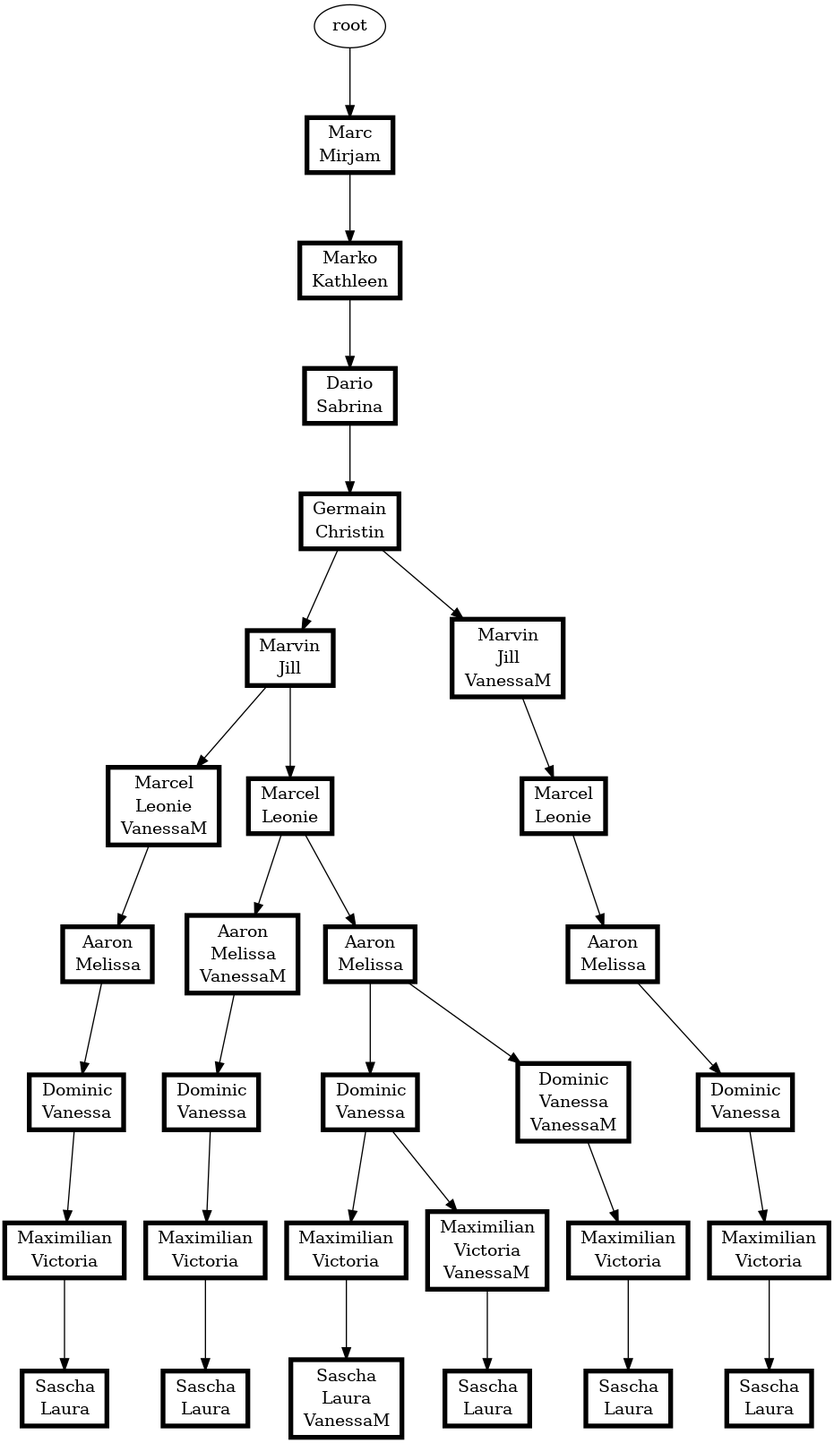
atticus-sullivan/sim-ayto keeps this Graphviz diagram as s02/s02.png. Above is the earlier version. Its source is kept beside it as s02/s02.dot.
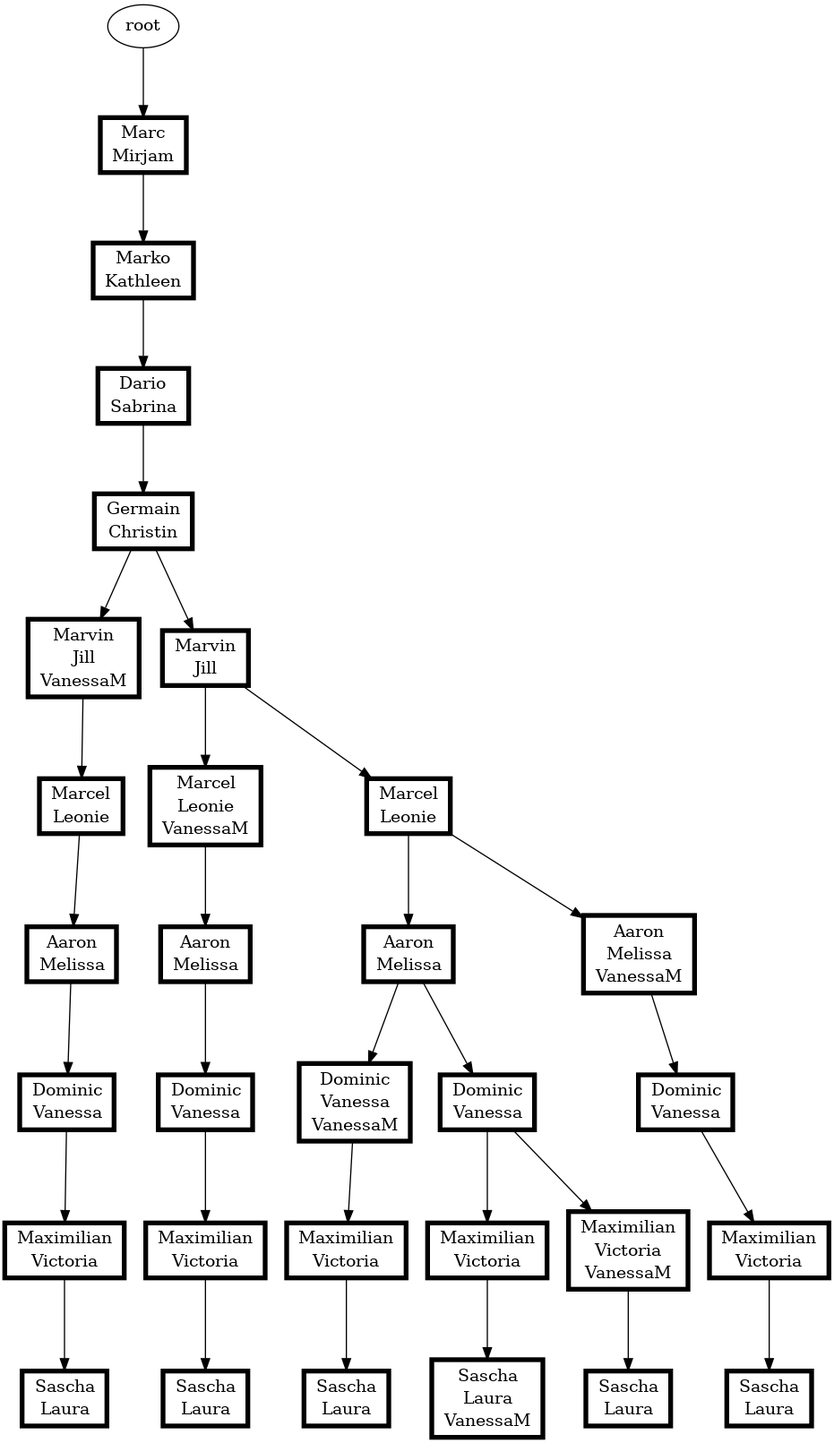
The same diagram one commit later.

What changed in the source:
```diff
@@ -1,63 +1,63 @@
 digraph D {
 ranksep=0.8;
+{"root|5|7|7|3|2|8|4|1|8|2,11|6|5"[shape="record" penwidth=4.0 color="black" label=<<table border="0" cellborder="0" cellspacing="0"><tr><td>Marcel</td></tr><tr><td>Leonie</td></tr></table>>]}
+"root|5|7|7|3|2|8|4|1|8|2,11" -> {"root|5|7|7|3|2|8|4|1|8|2,11|6|5"}
 {"root|5|7|7|3|2|8"[shape="record" penwidth=4.0 color="black" label=<<table border="0" cellborder="0" cellspacing="0"><tr><td>Dario</td></tr><tr><td>Sabrina</td></tr></table>>]}
 "root|5|7|7|3" -> {"root|5|7|7|3|2|8"}
+{"root|5|7|7|3|2|8|4|1|8|2|6|5,11|1|6"[shape="record" penwidth=4.0 color="black" label=<<table border="0" cellborder="0" cellspacing="0"><tr><td>Aaron</td></tr><tr><td>Melissa</td></tr></table>>]}
+"root|5|7|7|3|2|8|4|1|8|2|6|5,11" -> {"root|5|7|7|3|2|8|4|1|8|2|6|5,11|1|6"}
+{"root|5|7|7|3|2|8|4|1|8|2|6|5|1|6|3|9,11|9|10"[shape="record" penwidth=4.0 color="black" label=<<table border="0" cellborder="0" cellspacing="0"><tr><td>Maximilian</td></tr><tr><td>Victoria</td></tr></table>>]}
+"root|5|7|7|3|2|8|4|1|8|2|6|5|1|6|3|9,11" -> {"root|5|7|7|3|2|8|4|1|8|2|6|5|1|6|3|9,11|9|10"}
+{"root|5|7|7|3|2|8|4|1|8|2|6|5|1|6|3|9|9|10"[shape="record" penwidth=4.0 color="black" label=<<table border="0" cellborder="0" cellspacing="0"><tr><td>Maximilian</td></tr><tr><td>Victoria</td></tr></table>>]}
+"root|5|7|7|3|2|8|4|1|8|2|6|5|1|6|3|9" -> {"root|5|7|7|3|2|8|4|1|8|2|6|5|1|6|3|9|9|10"}
+{"root|5|7|7|3|2|8|4|1|8|2,11"[shape="record" penwidth=4.0 color="black" label=<<table border="0" cellborder="0" cellspacing="0"><tr><td>Marvin</td></tr><tr><td>Jill</td></tr><tr><td>VanessaM</td></tr></table>>]}
+"root|5|7|7|3|2|8|4|1" -> {"root|5|7|7|3|2|8|4|1|8|2,11"}
+{"root|5|7|7|3|2|8|4|1"[shape="record" penwidth=4.0 color="black" label=<<table border="0" cellborder="0" cellspacing="0"><tr><td>Germain</td></tr><tr><td>Christin</td></tr></table>>]}
+"root|5|7|7|3|2|8" -> {"root|5|7|7|3|2|8|4|1"}
+{"root|5|7|7|3|2|8|4|1|8|2|6|5,11|1|6|3|9"[shape="record" penwidth=4.0 color="black" label=<<table border="0" cellborder="0" cellspacing="0"><tr><td>Dominic</td></tr><tr><td>Vanessa</td></tr></table>>]}
+"root|5|7|7|3|2|8|4|1|8|2|6|5,11|1|6" -> {"root|5|7|7|3|2|8|4|1|8|2|6|5,11|1|6|3|9"}
+{"root|5|7|7|3|2|8|4|1|8|2|6|5|1|6|3|9|9|10,11|10|4"[shape="record" penwidth=4.0 color="black" label=<<table border="0" cellborder="0" cellspacing="0"><tr><td>Sascha</td></tr><tr><td>Laura</td></tr></table>>]}
+"root|5|7|7|3|2|8|4|1|8|2|6|5|1|6|3|9|9|10,11" -> {"root|5|7|7|3|2|8|4|1|8|2|6|5|1|6|3|9|9|10,11|10|4"}
+{"root|5|7|7|3|2|8|4|1|8|2|6|5|1|6|3|9,11"[shape="record" penwidth=4.0 color="black" label=<<table border="0" cellborder="0" cellspacing="0"><tr><td>Dominic</td></tr><tr><td>Vanessa</td></tr><tr><td>VanessaM</td></tr></table>>]}
+"root|5|7|7|3|2|8|4|1|8|2|6|5|1|6" -> {"root|5|7|7|3|2|8|4|1|8|2|6|5|1|6|3|9,11"}
+{"root|5|7|7|3|2|8|4|1|8|2|6|5|1|6|3|9"[shape="record" penwidth=4.0 color="black" label=<<table border="0" cellborder="0" cellspacing="0"><tr><td>Dominic</td></tr><tr><td>Vanessa</td></tr></table>>]}
+"root|5|7|7|3|2|8|4|1|8|2|6|5|1|6" -> {"root|5|7|7|3|2|8|4|1|8|2|6|5|1|6|3|9"}
+{"root|5|7"[shape="record" penwidth=4.0 color="black" label=<<table border="0" cellborder="0" cellspacing="0"><tr><td>Marc</td></tr><tr><td>Mirjam</td></tr></table>>]}
+"root" -> {"root|5|7"}
+{"root|5|7|7|3|2|8|4|1|8|2,11|6|5|1|6|3|9"[shape="record" penwidth=4.0 color="black" label=<<table border="0" cellborder="0" cellspacing="0"><tr><td>Dominic</td></tr><tr><td>Vanessa</td></tr></table>>]}
+"root|5|7|7|3|2|8|4|1|8|2,11|6|5|1|6" -> {"root|5|7|7|3|2|8|4|1|8|2,11|6|5|1|6|3|9"}
+{"root|5|7|7|3|2|8|4|1|8|2|6|5,11|1|6|3|9|9|10"[shape="record" penwidth=4.0 color="black" label=<<table border="0" cellborder="0" cellspacing="0"><tr><td>Maximilian</td></tr><tr><td>Victoria</td></tr></table>>]}
+"root|5|7|7|3|2|8|4|1|8|2|6|5,11|1|6|3|9" -> {"root|5|7|7|3|2|8|4|1|8|2|6|5,11|1|6|3|9|9|10"}
+{"root|5|7|7|3|2|8|4|1|8|2,11|6|5|1|6|3|9|9|10"[shape="record" penwidth=4.0 color="black" label=<<table border="0" cellborder="0" cellspacing="0"><tr><td>Maximilian</td></tr><tr><td>Victoria</td></tr></table>>]}
+"root|5|7|7|3|2|8|4|1|8|2,11|6|5|1|6|3|9" -> {"root|5|7|7|3|2|8|4|1|8|2,11|6|5|1|6|3|9|9|10"}
+{"root|5|7|7|3"[shape="record" penwidth=4.0 color="black" label=<<table border="0" cellborder="0" cellspacing="0"><tr><td>Marko</td></tr><tr><td>Kathleen</td></tr></table>>]}
+"root|5|7" -> {"root|5|7|7|3"}
+{"root|5|7|7|3|2|8|4|1|8|2,11|6|5|1|6"[shape="record" penwidth=4.0 color="black" label=<<table border="0" cellborder="0" cellspacing="0"><tr><td>Aaron</td></tr><tr><td>Melissa</td></tr></table>>]}
+"root|5|7|7|3|2|8|4|1|8|2,11|6|5" -> {"root|5|7|7|3|2|8|4|1|8|2,11|6|5|1|6"}
 {"root|5|7|7|3|2|8|4|1|8|2|6|5,11"[shape="record" penwidth=4.0 color="black" label=<<table border="0" cellborder="0" cellspacing="0"><tr><td>Marcel</td></tr><tr><td>Leonie</td></tr><tr><td>VanessaM</td></tr></table>>]}
 "root|5|7|7|3|2|8|4|1|8|2" -> {"root|5|7|7|3|2|8|4|1|8|2|6|5,11"}
+{"root|5|7|7|3|2|8|4|1|8|2|6|5,11|1|6|3|9|9|10|10|4"[shape="record" penwidth=4.0 color="black" label=<<table border="0" cellborder="0" cellspacing="0"><tr><td>Sascha</td></tr><tr><td>Laura</td></tr></table>>]}
+"root|5|7|7|3|2|8|4|1|8|2|6|5,11|1|6|3|9|9|10" -> {"root|5|7|7|3|2|8|4|1|8|2|6|5,11|1|6|3|9|9|10|10|4"}
 {"root|5|7|7|3|2|8|4|1|8|2|6|5|1|6,11"[shape="record" penwidth=4.0 color="black" label=<<table border="0" cellborder="0" cellspacing="0"><tr><td>Aaron</td></tr><tr><td>Melissa</td></tr><tr><td>VanessaM</td></tr></table>>]}
 "root|5|7|7|3|2|8|4|1|8|2|6|5" -> {"root|5|7|7|3|2|8|4|1|8|2|6|5|1|6,11"}
-{"root|5|7|7|3|2|8|4|1|8|2,11|6|5|1|6"[shape="record" penwidth=4.0 color="black" label=<<table border="0" cellborder="0" cellspacing="0"><tr><td>Aaron</td></tr><tr><td>Melissa</td></tr></table>>]}
-"root|5|7|7|3|2|8|4|1|8|2,11|6|5" -> {"root|5|7|7|3|2|8|4|1|8|2,11|6|5|1|6"}
-{"root|5|7|7|3|2|8|4|1|8|2|6|5|1|6,11|3|9|9|10|10|4"[shape="record" penwidth=4.0 color="black" label=<<table border="0" cellborder="0" cellspacing="0"><tr><td>Sascha</td></tr><tr><td>Laura</td></tr></table>>]}
-"root|5|7|7|3|2|8|4|1|8|2|6|5|1|6,11|3|9|9|10" -> {"root|5|7|7|3|2|8|4|1|8|2|6|5|1|6,11|3|9|9|10|10|4"}
-{"root|5|7"[shape="record" penwidth=4.0 color="black" label=<<table border="0" cellborder="0" cellspacing="0"><tr><td>Marc</td></tr><tr><td>Mirjam</td></tr></table>>]}
-"root" -> {"root|5|7"}
-{"root|5|7|7|3|2|8|4|1|8|2|6|5|1|6|3|9|9|10|10|4,11"[shape="record" penwidth=4.0 color="black" label=<<table border="0" cellborder="0" cellspacing="0"><tr><td>Sascha</td></tr><tr><td>Laura</td></tr><tr><td>VanessaM</td></tr></table>>]}
-"root|5|7|7|3|2|8|4|1|8|2|6|5|1|6|3|9|9|10" -> {"root|5|7|7|3|2|8|4|1|8|2|6|5|1|6|3|9|9|10|10|4,11"}
-{"root|5|7|7|3|2|8|4|1|8|2|6|5|1|6|3|9|9|10,11|10|4"[shape="record" penwidth=4.0 color="black" label=<<table border="0" cellborder="0" cellspacing="0"><tr><td>Sascha</td></tr><tr><td>Laura</td></tr></table>>]}
-"root|5|7|7|3|2|8|4|1|8|2|6|5|1|6|3|9|9|10,11" -> {"root|5|7|7|3|2|8|4|1|8|2|6|5|1|6|3|9|9|10,11|10|4"}
-{"root|5|7|7|3|2|8|4|1|8|2|6|5,11|1|6|3|9|9|10"[shape="record" penwidth=4.0 color="black" label=<<table border="0" cellborder="0" cellspacing="0"><tr><td>Maximilian</td></tr><tr><td>Victoria</td></tr></table>>]}
-"root|5|7|7|3|2|8|4|1|8|2|6|5,11|1|6|3|9" -> {"root|5|7|7|3|2|8|4|1|8|2|6|5,11|1|6|3|9|9|10"}
-{"root|5|7|7|3|2|8|4|1|8|2|6|5,11|1|6"[shape="record" penwidth=4.0 color="black" label=<<table border="0" cellborder="0" cellspacing="0"><tr><td>Aaron</td></tr><tr><td>Melissa</td></tr></table>>]}
-"root|5|7|7|3|2|8|4|1|8|2|6|5,11" -> {"root|5|7|7|3|2|8|4|1|8|2|6|5,11|1|6"}
-{"root|5|7|7|3|2|8|4|1|8|2,11|6|5|1|6|3|9|9|10"[shape="record" penwidth=4.0 color="black" label=<<table border="0" cellborder="0" cellspacing="0"><tr><td>Maximilian</td></tr><tr><td>Victoria</td></tr></table>>]}
-"root|5|7|7|3|2|8|4|1|8|2,11|6|5|1|6|3|9" -> {"root|5|7|7|3|2|8|4|1|8|2,11|6|5|1|6|3|9|9|10"}
-{"root|5|7|7|3|2|8|4|1|8|2|6|5|1|6|3|9|9|10"[shape="record" penwidth=4.0 color="black" label=<<table border="0" cellborder="0" cellspacing="0"><tr><td>Maximilian</td></tr><tr><td>Victoria</td></tr></table>>]}
-"root|5|7|7|3|2|8|4|1|8|2|6|5|1|6|3|9" -> {"root|5|7|7|3|2|8|4|1|8|2|6|5|1|6|3|9|9|10"}
-{"root|5|7|7|3|2|8|4|1|8|2|6|5|1|6|3|9|9|10,11"[shape="record" penwidth=4.0 color="black" label=<<table border="0" cellborder="0" cellspacing="0"><tr><td>Maximilian</td></tr><tr><td>Victoria</td></tr><tr><td>VanessaM</td></tr></table>>]}
-"root|5|7|7|3|2|8|4|1|8|2|6|5|1|6|3|9" -> {"root|5|7|7|3|2|8|4|1|8|2|6|5|1|6|3|9|9|10,11"}
-{"root|5|7|7|3|2|8|4|1|8|2|6|5|1|6|3|9"[shape="record" penwidth=4.0 color="black" label=<<table border="0" cellborder="0" cellspacing="0"><tr><td>Dominic</td></tr><tr><td>Vanessa</td></tr></table>>]}
-"root|5|7|7|3|2|8|4|1|8|2|6|5|1|6" -> {"root|5|7|7|3|2|8|4|1|8|2|6|5|1|6|3|9"}
+{"root|5|7|7|3|2|8|4|1|8|2|6|5"[shape="record" penwidth=4.0 color="black" label=<<table border="0" cellborder="0" cellspacing="0"><tr><td>Marcel</td></tr><tr><td>Leonie</td></tr></table>>]}
+"root|5|7|7|3|2|8|4|1|8|2" -> {"root|5|7|7|3|2|8|4|1|8|2|6|5"}
 {"root|5|7|7|3|2|8|4|1|8|2,11|6|5|1|6|3|9|9|10|10|4"[shape="record" penwidth=4.0 color="black" label=<<table border="0" cellborder="0" cellspacing="0"><tr><td>Sascha</td></tr><tr><td>Laura</td></tr></table>>]}
 "root|5|7|7|3|2|8|4|1|8|2,11|6|5|1|6|3|9|9|10" -> {"root|5|7|7|3|2|8|4|1|8|2,11|6|5|1|6|3|9|9|10|10|4"}
-{"root|5|7|7|3|2|8|4|1"[shape="record" penwidth=4.0 color="black" label=<<table border="0" cellborder="0" cellspacing="0"><tr><td>Germain</td></tr><tr><td>Christin</td></tr></table>>]}
-"root|5|7|7|3|2|8" -> {"root|5|7|7|3|2|8|4|1"}
-{"root|5|7|7|3"[shape="record" penwidth=4.0 color="black" label=<<table border="0" cellborder="0" cellspacing="0"><tr><td>Marko</td></tr><tr><td>Kathleen</td></tr></table>>]}
-"root|5|7" -> {"root|5|7|7|3"}
-{"root|5|7|7|3|2|8|4|1|8|2,11|6|5|1|6|3|9"[shape="record" penwidth=4.0 color="black" label=<<table border="0" cellborder="0" cellspacing="0"><tr><td>Dominic</td></tr><tr><td>Vanessa</td></tr></table>>]}
-"root|5|7|7|3|2|8|4|1|8|2,11|6|5|1|6" -> {"root|5|7|7|3|2|8|4|1|8|2,11|6|5|1|6|3|9"}
-{"root|5|7|7|3|2|8|4|1|8|2,11|6|5"[shape="record" penwidth=4.0 color="black" label=<<table border="0" cellborder="0" cellspacing="0"><tr><td>Marcel</td></tr><tr><td>Leonie</td></tr></table>>]}
-"root|5|7|7|3|2|8|4|1|8|2,11" -> {"root|5|7|7|3|2|8|4|1|8|2,11|6|5"}
-{"root|5|7|7|3|2|8|4|1|8|2,11"[shape="record" penwidth=4.0 color="black" label=<<table border="0" cellborder="0" cellspacing="0"><tr><td>Marvin</td></tr><tr><td>Jill</td></tr><tr><td>VanessaM</td></tr></table>>]}
-"root|5|7|7|3|2|8|4|1" -> {"root|5|7|7|3|2|8|4|1|8|2,11"}
-{"root|5|7|7|3|2|8|4|1|8|2|6|5|1|6|3|9,11|9|10|10|4"[shape="record" penwidth=4.0 color="black" label=<<table border="0" cellborder="0" cellspacing="0"><tr><td>Sascha</td></tr><tr><td>Laura</td></tr></table>>]}
-"root|5|7|7|3|2|8|4|1|8|2|6|5|1|6|3|9,11|9|10" -> {"root|5|7|7|3|2|8|4|1|8|2|6|5|1|6|3|9,11|9|10|10|4"}
-{"root|5|7|7|3|2|8|4|1|8|2|6|5"[shape="record" penwidth=4.0 color="black" label=<<table border="0" cellborder="0" cellspacing="0"><tr><td>Marcel</td></tr><tr><td>Leonie</td></tr></table>>]}
-"root|5|7|7|3|2|8|4|1|8|2" -> {"root|5|7|7|3|2|8|4|1|8|2|6|5"}
-{"root|5|7|7|3|2|8|4|1|8|2|6|5|1|6,11|3|9|9|10"[shape="record" penwidth=4.0 color="black" label=<<table border="0" cellborder="0" cellspacing="0"><tr><td>Maximilian</td></tr><tr><td>Victoria</td></tr></table>>]}
-"root|5|7|7|3|2|8|4|1|8|2|6|5|1|6,11|3|9" -> {"root|5|7|7|3|2|8|4|1|8|2|6|5|1|6,11|3|9|9|10"}
-{"root|5|7|7|3|2|8|4|1|8|2|6|5|1|6|3|9,11|9|10"[shape="record" penwidth=4.0 color="black" label=<<table border="0" cellborder="0" cellspacing="0"><tr><td>Maximilian</td></tr><tr><td>Victoria</td></tr></table>>]}
-"root|5|7|7|3|2|8|4|1|8|2|6|5|1|6|3|9,11" -> {"root|5|7|7|3|2|8|4|1|8|2|6|5|1|6|3|9,11|9|10"}
-{"root|5|7|7|3|2|8|4|1|8|2|6|5|1|6|3|9,11"[shape="record" penwidth=4.0 color="black" label=<<table border="0" cellborder="0" cellspacing="0"><tr><td>Dominic</td></tr><tr><td>Vanessa</td></tr><tr><td>VanessaM</td></tr></table>>]}
-"root|5|7|7|3|2|8|4|1|8|2|6|5|1|6" -> {"root|5|7|7|3|2|8|4|1|8|2|6|5|1|6|3|9,11"}
+{"root|5|7|7|3|2|8|4|1|8|2|6|5|1|6"[shape="record" penwidth=4.0 color="black" label=<<table border="0" cellborder="0" cellspacing="0"><tr><td>Aaron</td></tr><tr><td>Melissa</td></tr></table>>]}
+"root|5|7|7|3|2|8|4|1|8|2|6|5" -> {"root|5|7|7|3|2|8|4|1|8|2|6|5|1|6"}
 {"root|5|7|7|3|2|8|4|1|8|2"[shape="record" penwidth=4.0 color="black" label=<<table border="0" cellborder="0" cellspacing="0"><tr><td>Marvin</td></tr><tr><td>Jill</td></tr></table>>]}
 "root|5|7|7|3|2|8|4|1" -> {"root|5|7|7|3|2|8|4|1|8|2"}
 {"root|5|7|7|3|2|8|4|1|8|2|6|5|1|6,11|3|9"[shape="record" penwidth=4.0 color="black" label=<<table border="0" cellborder="0" cellspacing="0"><tr><td>Dominic</td></tr><tr><td>Vanessa</td></tr></table>>]}
 "root|5|7|7|3|2|8|4|1|8|2|6|5|1|6,11" -> {"root|5|7|7|3|2|8|4|1|8|2|6|5|1|6,11|3|9"}
-{"root|5|7|7|3|2|8|4|1|8|2|6|5,11|1|6|3|9"[shape="record" penwidth=4.0 color="black" label=<<table border="0" cellborder="0" cellspacing="0"><tr><td>Dominic</td></tr><tr><td>Vanessa</td></tr></table>>]}
-"root|5|7|7|3|2|8|4|1|8|2|6|5,11|1|6" -> {"root|5|7|7|3|2|8|4|1|8|2|6|5,11|1|6|3|9"}
-{"root|5|7|7|3|2|8|4|1|8|2|6|5|1|6"[shape="record" penwidth=4.0 color="black" label=<<table border="0" cellborder="0" cellspacing="0"><tr><td>Aaron</td></tr><tr><td>Melissa</td></tr></table>>]}
-"root|5|7|7|3|2|8|4|1|8|2|6|5" -> {"root|5|7|7|3|2|8|4|1|8|2|6|5|1|6"}
-{"root|5|7|7|3|2|8|4|1|8|2|6|5,11|1|6|3|9|9|10|10|4"[shape="record" penwidth=4.0 color="black" label=<<table border="0" cellborder="0" cellspacing="0"><tr><td>Sascha</td></tr><tr><td>Laura</td></tr></table>>]}
-"root|5|7|7|3|2|8|4|1|8|2|6|5,11|1|6|3|9|9|10" -> {"root|5|7|7|3|2|8|4|1|8|2|6|5,11|1|6|3|9|9|10|10|4"}
+{"root|5|7|7|3|2|8|4|1|8|2|6|5|1|6,11|3|9|9|10"[shape="record" penwidth=4.0 color="black" label=<<table border="0" cellborder="0" cellspacing="0"><tr><td>Maximilian</td></tr><tr><td>Victoria</td></tr></table>>]}
+"root|5|7|7|3|2|8|4|1|8|2|6|5|1|6,11|3|9" -> {"root|5|7|7|3|2|8|4|1|8|2|6|5|1|6,11|3|9|9|10"}
+{"root|5|7|7|3|2|8|4|1|8|2|6|5|1|6,11|3|9|9|10|10|4"[shape="record" penwidth=4.0 color="black" label=<<table border="0" cellborder="0" cellspacing="0"><tr><td>Sascha</td></tr><tr><td>Laura</td></tr></table>>]}
+"root|5|7|7|3|2|8|4|1|8|2|6|5|1|6,11|3|9|9|10" -> {"root|5|7|7|3|2|8|4|1|8|2|6|5|1|6,11|3|9|9|10|10|4"}
+{"root|5|7|7|3|2|8|4|1|8|2|6|5|1|6|3|9,11|9|10|10|4"[shape="record" penwidth=4.0 color="black" label=<<table border="0" cellborder="0" cellspacing="0"><tr><td>Sascha</td></tr><tr><td>Laura</td></tr></table>>]}
+"root|5|7|7|3|2|8|4|1|8|2|6|5|1|6|3|9,11|9|10" -> {"root|5|7|7|3|2|8|4|1|8|2|6|5|1|6|3|9,11|9|10|10|4"}
+{"root|5|7|7|3|2|8|4|1|8|2|6|5|1|6|3|9|9|10,11"[shape="record" penwidth=4.0 color="black" label=<<table border="0" cellborder="0" cellspacing="0"><tr><td>Maximilian</td></tr><tr><td>Victoria</td></tr><tr><td>VanessaM</td></tr></table>>]}
+"root|5|7|7|3|2|8|4|1|8|2|6|5|1|6|3|9" -> {"root|5|7|7|3|2|8|4|1|8|2|6|5|1|6|3|9|9|10,11"}
+{"root|5|7|7|3|2|8|4|1|8|2|6|5|1|6|3|9|9|10|10|4,11"[shape="record" penwidth=4.0 color="black" label=<<table border="0" cellborder="0" cellspacing="0"><tr><td>Sascha</td></tr><tr><td>Laura</td></tr><tr><td>VanessaM</td></tr></table>>]}
+"root|5|7|7|3|2|8|4|1|8|2|6|5|1|6|3|9|9|10" -> {"root|5|7|7|3|2|8|4|1|8|2|6|5|1|6|3|9|9|10|10|4,11"}
 }
```
